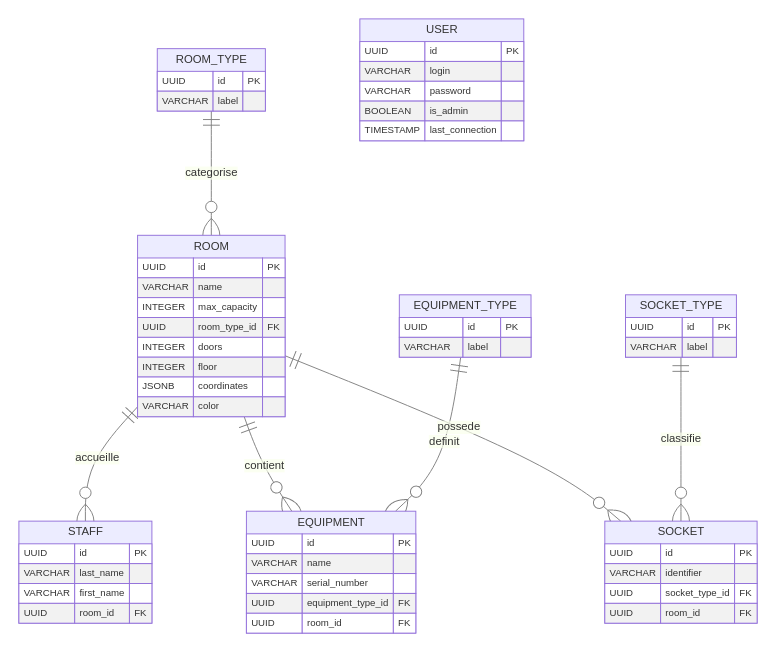
This is rapport/img/schema_db.png from HugoMagret/Gestion_locaux, a Mermaid export, as it was before one commit. Its source is kept beside it as rapport/img/schema_db.mmd. Source of this version:
```mermaid
erDiagram
    ROOM_TYPE ||--o{ ROOM : categorise
    ROOM ||--o{ STAFF : accueille
    ROOM ||--o{ EQUIPMENT : contient
    ROOM ||--o{ SOCKET : possede
    EQUIPMENT_TYPE ||--o{ EQUIPMENT : definit
    SOCKET_TYPE ||--o{ SOCKET : classifie

    ROOM {
        UUID id PK
        VARCHAR name
        INTEGER max_capacity
        UUID room_type_id FK
        INTEGER doors
        INTEGER floor
        JSONB coordinates
        VARCHAR color
    }

    ROOM_TYPE {
        UUID id PK
        VARCHAR label
    }

    STAFF {
        UUID id PK
        VARCHAR last_name
        VARCHAR first_name
        UUID room_id FK
    }

    EQUIPMENT {
        UUID id PK
        VARCHAR name
        VARCHAR serial_number
        UUID equipment_type_id FK
        UUID room_id FK
    }

    EQUIPMENT_TYPE {
        UUID id PK
        VARCHAR label
    }

    SOCKET {
        UUID id PK
        VARCHAR identifier
        UUID socket_type_id FK
        UUID room_id FK
    }

    SOCKET_TYPE {
        UUID id PK
        VARCHAR label
    }

    USER {
        UUID id PK
        VARCHAR login
        VARCHAR password
        BOOLEAN is_admin
        TIMESTAMP last_connection
    }
```
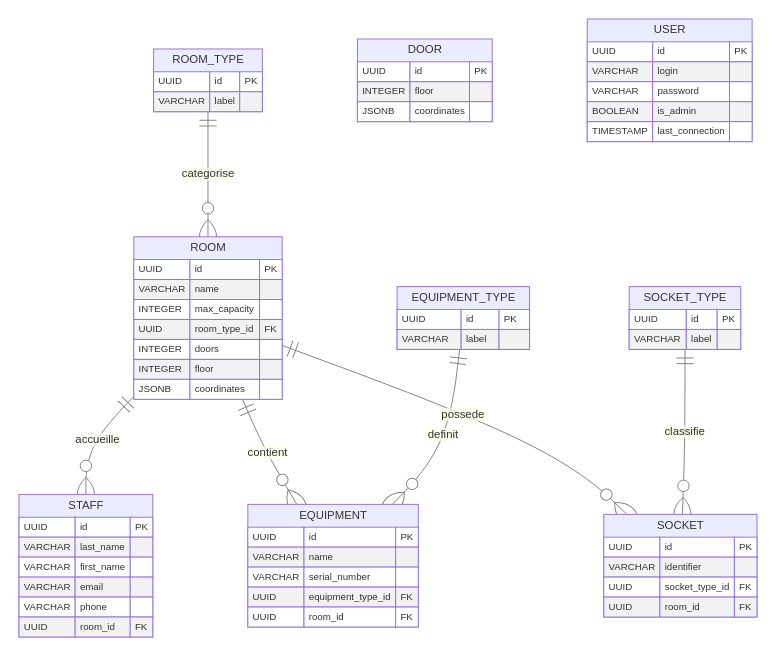
The same file after the commit.

Diff of the diagram source:
```diff
@@ -14,7 +14,12 @@
         INTEGER doors
         INTEGER floor
         JSONB coordinates
-        VARCHAR color
+    }
+
+    DOOR {
+        UUID id PK
+        INTEGER floor
+        JSONB coordinates
     }
 
     ROOM_TYPE {
@@ -26,6 +31,8 @@
         UUID id PK
         VARCHAR last_name
         VARCHAR first_name
+        VARCHAR email
+        VARCHAR phone
         UUID room_id FK
     }
 
```
